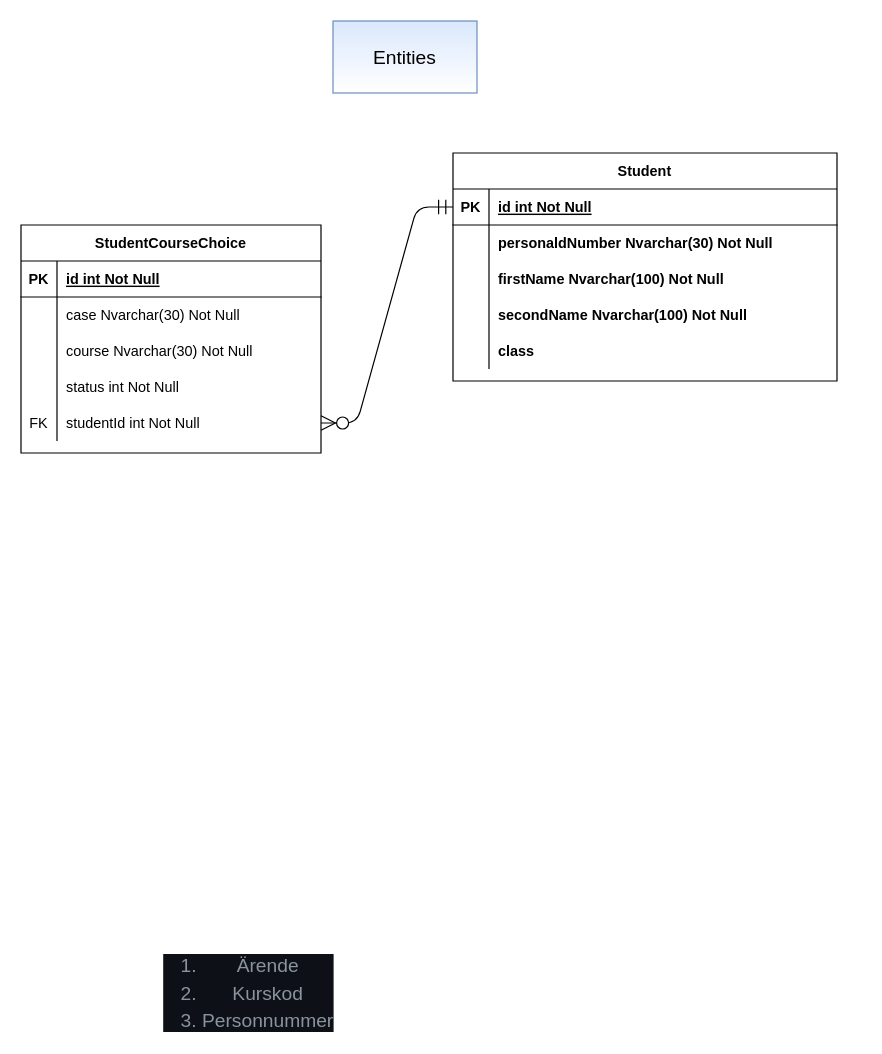
Above: page "Entities" (3 of 3) of Overview group manager.drawio in hk66dev/manage-student-groups (draw.io), before the change. Source tidied: cells renumbered, new cells numbered last; positions are measured from the earlier drawing's top-left corner, leaving out a move shared by most shapes. Both pictures are drawn from the tidied source at 120%, with x=0, y=0 at pixel (20, 20).
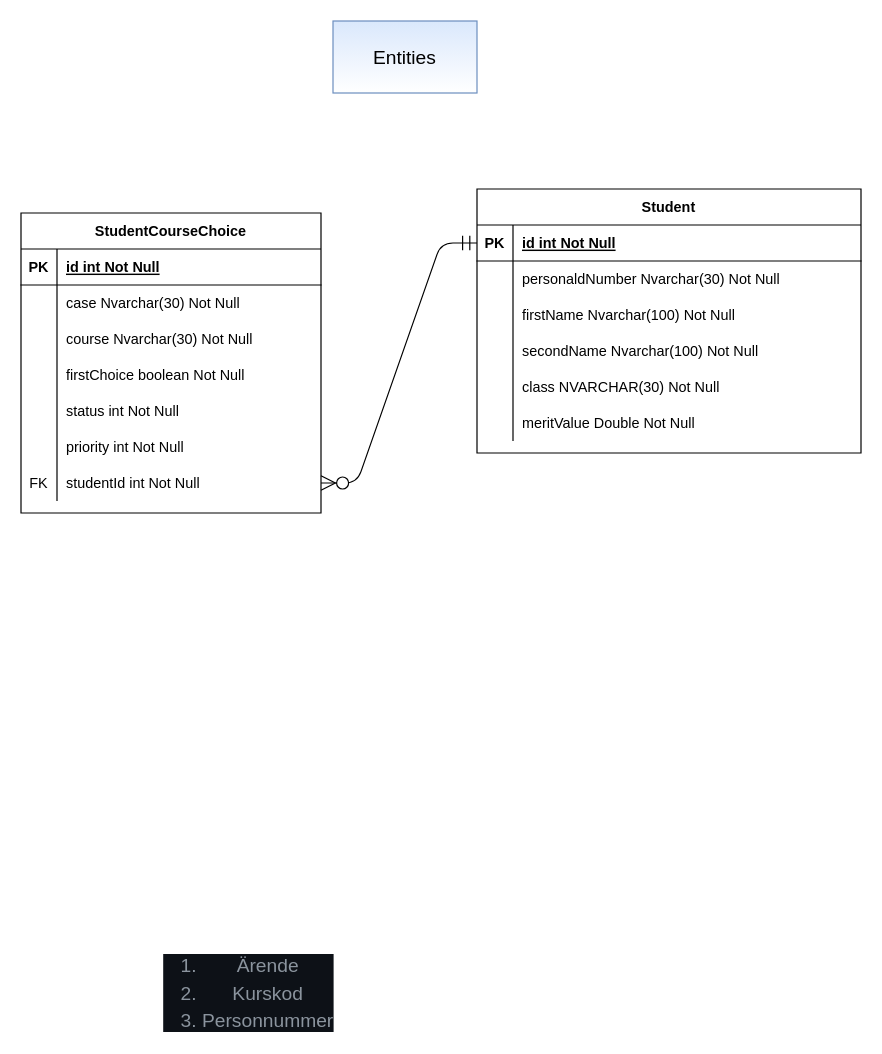
Above is the later version.

Unchanged cells that the change refers to:
```xml
<mxCell id="6" style="shape=tableRow;horizontal=0;startSize=0;swimlaneHead=0;swimlaneBody=0;fillColor=none;top=0;left=0;right=0;bottom=0;" parent="2" vertex="1">
  <mxGeometry y="60" width="320" height="30" as="geometry" />
</mxCell>
<mxCell id="9" style="shape=tableRow;horizontal=0;startSize=0;swimlaneHead=0;swimlaneBody=0;fillColor=none;top=0;left=0;right=0;bottom=0;" parent="2" vertex="1">
  <mxGeometry y="90" width="320" height="30" as="geometry" />
</mxCell>
<mxCell id="12" style="shape=tableRow;horizontal=0;startSize=0;swimlaneHead=0;swimlaneBody=0;fillColor=none;top=0;left=0;right=0;bottom=0;" parent="2" vertex="1">
  <mxGeometry y="120" width="320" height="30" as="geometry" />
</mxCell>
<mxCell id="15" style="shape=tableRow;horizontal=0;startSize=0;swimlaneHead=0;swimlaneBody=0;fillColor=none;top=0;left=0;right=0;bottom=0;" parent="2" vertex="1">
  <mxGeometry y="150" width="320" height="30" as="geometry" />
</mxCell>
<mxCell id="28" style="shape=tableRow;horizontal=0;startSize=0;swimlaneHead=0;swimlaneBody=0;fillColor=none;top=0;left=0;right=0;bottom=0;rounded=0;sketch=0;" parent="18" vertex="1">
  <mxGeometry y="120" width="250" height="30" as="geometry" />
</mxCell>
```

Change to the diagram source:
```diff
@@
     <mxCell id="2" value="Student" style="shape=table;startSize=30;childLayout=tableLayout;rowLines=0;fontStyle=1;align=center;" parent="1" vertex="1">
-      <mxGeometry x="360" y="110" width="320" height="190" as="geometry" />
+      <mxGeometry x="380" y="140" width="320" height="220" as="geometry" />
     </mxCell>
@@
-    <mxCell id="8" value="personaldNumber Nvarchar(30) Not Null" style="shape=partialRectangle;fillColor=none;top=0;left=0;bottom=0;right=0;align=left;spacingLeft=6;overflow=hidden;fontStyle=1;" parent="6" vertex="1">
+    <mxCell id="8" value="personaldNumber Nvarchar(30) Not Null" style="shape=partialRectangle;fillColor=none;top=0;left=0;bottom=0;right=0;align=left;spacingLeft=6;overflow=hidden;fontStyle=0;" parent="6" vertex="1">
       <mxGeometry x="30" width="290" height="30" as="geometry" />
     </mxCell>
@@
-    <mxCell id="11" value="firstName Nvarchar(100) Not Null" style="shape=partialRectangle;fillColor=none;top=0;left=0;bottom=0;right=0;align=left;spacingLeft=6;overflow=hidden;fontStyle=1;" parent="9" vertex="1">
+    <mxCell id="11" value="firstName Nvarchar(100) Not Null" style="shape=partialRectangle;fillColor=none;top=0;left=0;bottom=0;right=0;align=left;spacingLeft=6;overflow=hidden;fontStyle=0;" parent="9" vertex="1">
       <mxGeometry x="30" width="290" height="30" as="geometry" />
     </mxCell>
@@
-    <mxCell id="14" value="secondName Nvarchar(100) Not Null" style="shape=partialRectangle;fillColor=none;top=0;left=0;bottom=0;right=0;align=left;spacingLeft=6;overflow=hidden;fontStyle=1;" parent="12" vertex="1">
+    <mxCell id="14" value="secondName Nvarchar(100) Not Null" style="shape=partialRectangle;fillColor=none;top=0;left=0;bottom=0;right=0;align=left;spacingLeft=6;overflow=hidden;fontStyle=0;" parent="12" vertex="1">
       <mxGeometry x="30" width="290" height="30" as="geometry" />
     </mxCell>
@@
-    <mxCell id="17" value="class" style="shape=partialRectangle;fillColor=none;top=0;left=0;bottom=0;right=0;align=left;spacingLeft=6;overflow=hidden;fontStyle=1;" parent="15" vertex="1">
+    <mxCell id="17" value="class NVARCHAR(30) Not Null" style="shape=partialRectangle;fillColor=none;top=0;left=0;bottom=0;right=0;align=left;spacingLeft=6;overflow=hidden;fontStyle=0;" parent="15" vertex="1">
       <mxGeometry x="30" width="290" height="30" as="geometry" />
     </mxCell>
+    <mxCell id="37" style="shape=tableRow;horizontal=0;startSize=0;swimlaneHead=0;swimlaneBody=0;fillColor=none;top=0;left=0;right=0;bottom=0;" parent="2" vertex="1">
+      <mxGeometry y="180" width="320" height="30" as="geometry" />
+    </mxCell>
+    <mxCell id="38" style="shape=partialRectangle;fillColor=none;top=0;left=0;bottom=0;right=0;overflow=hidden;" parent="37" vertex="1">
+      <mxGeometry width="30" height="30" as="geometry" />
+    </mxCell>
+    <mxCell id="39" value="meritValue Double Not Null" style="shape=partialRectangle;fillColor=none;top=0;left=0;bottom=0;right=0;align=left;spacingLeft=6;overflow=hidden;fontStyle=0;" parent="37" vertex="1">
+      <mxGeometry x="30" width="290" height="30" as="geometry" />
+    </mxCell>
     <mxCell id="18" value="StudentCourseChoice" style="shape=table;startSize=30;childLayout=tableLayout;rowLines=0;fontStyle=1;align=center;rounded=0;sketch=0;labelBackgroundColor=none;" parent="1" vertex="1">
-      <mxGeometry y="170" width="250" height="190" as="geometry" />
+      <mxGeometry y="160" width="250" height="250" as="geometry" />
     </mxCell>
@@
-    <mxCell id="30" value="status int Not Null" style="shape=partialRectangle;fillColor=none;top=0;left=0;bottom=0;right=0;align=left;spacingLeft=6;overflow=hidden;rounded=0;sketch=0;" parent="28" vertex="1">
+    <mxCell id="30" value="firstChoice boolean Not Null" style="shape=partialRectangle;fillColor=none;top=0;left=0;bottom=0;right=0;align=left;spacingLeft=6;overflow=hidden;rounded=0;sketch=0;" parent="28" vertex="1">
       <mxGeometry x="30" width="220" height="30" as="geometry" />
     </mxCell>
+    <mxCell id="40" style="shape=tableRow;horizontal=0;startSize=0;swimlaneHead=0;swimlaneBody=0;fillColor=none;top=0;left=0;right=0;bottom=0;rounded=0;sketch=0;" parent="18" vertex="1">
+      <mxGeometry y="150" width="250" height="30" as="geometry" />
+    </mxCell>
+    <mxCell id="41" style="shape=partialRectangle;fillColor=none;top=0;left=0;bottom=0;right=0;overflow=hidden;rounded=0;sketch=0;" parent="40" vertex="1">
+      <mxGeometry width="30" height="30" as="geometry" />
+    </mxCell>
+    <mxCell id="42" value="status int Not Null" style="shape=partialRectangle;fillColor=none;top=0;left=0;bottom=0;right=0;align=left;spacingLeft=6;overflow=hidden;rounded=0;sketch=0;" parent="40" vertex="1">
+      <mxGeometry x="30" width="220" height="30" as="geometry" />
+    </mxCell>
+    <mxCell id="43" style="shape=tableRow;horizontal=0;startSize=0;swimlaneHead=0;swimlaneBody=0;fillColor=none;top=0;left=0;right=0;bottom=0;rounded=0;sketch=0;" parent="18" vertex="1">
+      <mxGeometry y="180" width="250" height="30" as="geometry" />
+    </mxCell>
+    <mxCell id="44" style="shape=partialRectangle;fillColor=none;top=0;left=0;bottom=0;right=0;overflow=hidden;rounded=0;sketch=0;" parent="43" vertex="1">
+      <mxGeometry width="30" height="30" as="geometry" />
+    </mxCell>
+    <mxCell id="45" value="priority int Not Null" style="shape=partialRectangle;fillColor=none;top=0;left=0;bottom=0;right=0;align=left;spacingLeft=6;overflow=hidden;rounded=0;sketch=0;" parent="43" vertex="1">
+      <mxGeometry x="30" width="220" height="30" as="geometry" />
+    </mxCell>
     <mxCell id="31" style="shape=tableRow;horizontal=0;startSize=0;swimlaneHead=0;swimlaneBody=0;fillColor=none;points=[[0,0.5],[1,0.5]];portConstraint=eastwest;top=0;left=0;right=0;bottom=0;rounded=0;sketch=0;" parent="18" vertex="1">
-      <mxGeometry y="150" width="250" height="30" as="geometry" />
+      <mxGeometry y="210" width="250" height="30" as="geometry" />
     </mxCell>
```
